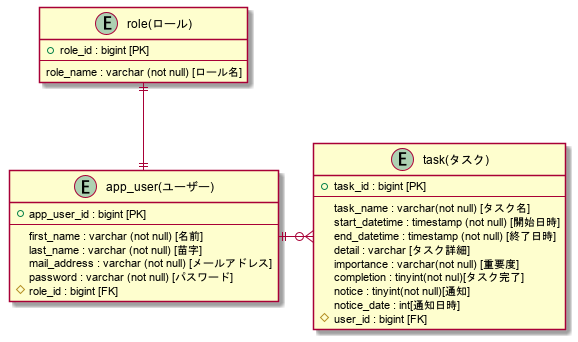
This is plantuml/db_er.png from yasusi-1234/my_todo_application, a PlantUML export, as it was before one commit. The source it was exported from:
```plantuml
@startuml

entity "app_user(ユーザー)" as user{
    + app_user_id : bigint [PK]
    --
    first_name : varchar (not null) [名前]
    last_name : varchar (not null) [苗字]
    mail_address : varchar (not null) [メールアドレス]
    password : varchar (not null) [パスワード]
    # role_id : bigint [FK]
}

entity "role(ロール)" as role {
    + role_id : bigint [PK]
    --
    role_name : varchar (not null) [ロール名]
}

entity "task(タスク)" as task {
    + task_id : bigint [PK]
    --
    task_name : varchar(not null) [タスク名]
    start_datetime : timestamp (not null) [開始日時]
    end_datetime : timestamp (not null) [終了日時]
    detail : varchar [タスク詳細]
    importance : varchar(not null) [重要度]
    completion : tinyint(not nul)[タスク完了]
    notice : tinyint(not null)[通知]
    notice_date : int[通知日時]
    # user_id : bigint [FK]
}

user ||-u-|| role
user ||-o{ task

@enduml
```
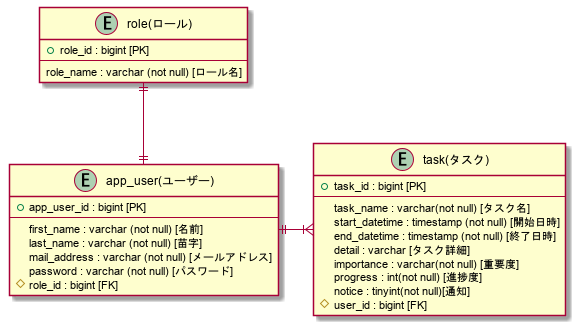
After the commit.

What changed in the source:
```diff
@@ -24,13 +24,12 @@
     end_datetime : timestamp (not null) [終了日時]
     detail : varchar [タスク詳細]
     importance : varchar(not null) [重要度]
-    completion : tinyint(not nul)[タスク完了]
+    progress : int(not null) [進捗度]
     notice : tinyint(not null)[通知]
-    notice_date : int[通知日時]
     # user_id : bigint [FK]
 }
 
 user ||-u-|| role
-user ||-o{ task
+user ||-|{ task
 
 @enduml
```
